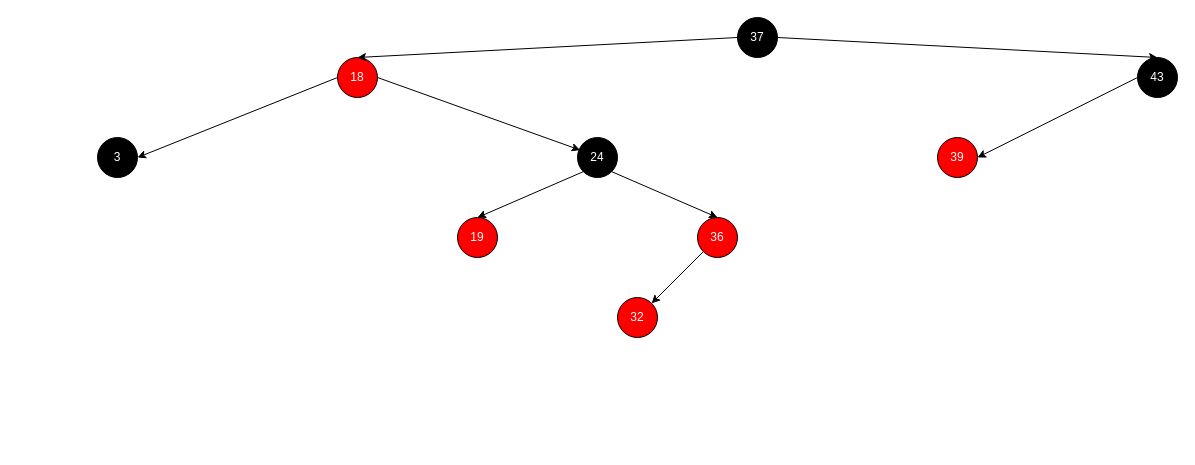
Earlier version of the draw.io diagram Untitled Diagram.drawio (semihhdemirel/semihhdemirel). Source tidied: cells renumbered, new cells numbered last; positions are measured from the earlier drawing's top-left corner, leaving out a move shared by most shapes. Both pictures are drawn from the tidied source at 100%, with x=0, y=0 at pixel (97, 17).
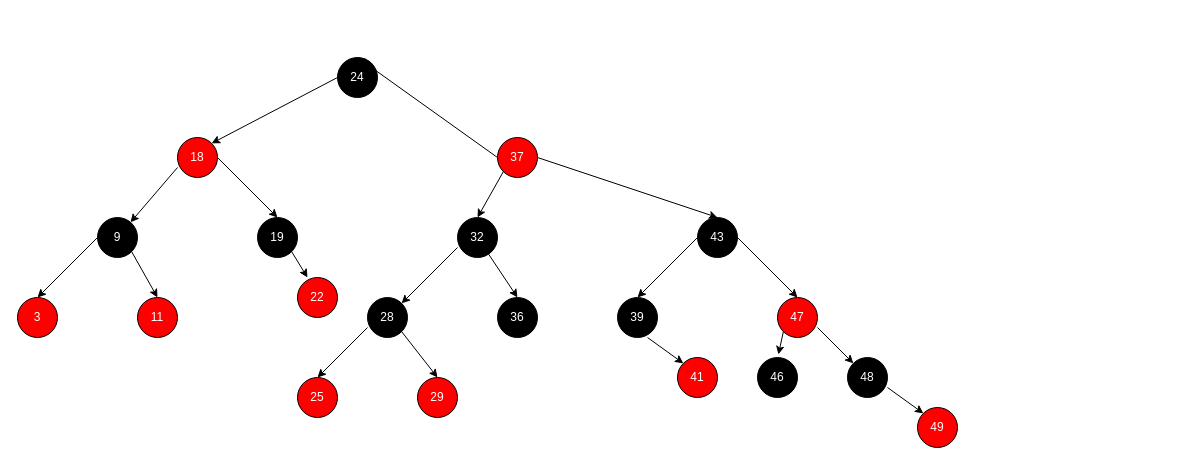
Above is the later version.

Diff of the diagram source:
```diff
@@
-    <mxCell id="2" value="&lt;font color=&quot;#ffffff&quot;&gt;37&lt;/font&gt;" style="ellipse;whiteSpace=wrap;html=1;fillColor=#000000;" parent="1" vertex="1">
-      <mxGeometry x="640" width="40" height="40" as="geometry" />
+    <mxCell id="2" value="&lt;font color=&quot;#ffffff&quot;&gt;37&lt;/font&gt;" style="ellipse;whiteSpace=wrap;html=1;fillColor=#FF0000;" parent="1" vertex="1">
+      <mxGeometry x="400" y="120" width="40" height="40" as="geometry" />
     </mxCell>
-    <mxCell id="3" value="&lt;font color=&quot;#ffffff&quot;&gt;18&lt;/font&gt;" style="ellipse;whiteSpace=wrap;html=1;fillColor=#FF0000;" parent="1" vertex="1">
+    <mxCell id="3" value="&lt;font color=&quot;#ffffff&quot;&gt;24&lt;/font&gt;" style="ellipse;whiteSpace=wrap;html=1;fillColor=#000000;" parent="1" vertex="1">
       <mxGeometry x="240" y="40" width="40" height="40" as="geometry" />
     </mxCell>
@@
     <mxCell id="5" value="&lt;font color=&quot;#ffffff&quot;&gt;43&lt;/font&gt;" style="ellipse;whiteSpace=wrap;html=1;fillColor=#000000;" parent="1" vertex="1">
-      <mxGeometry x="1040" y="40" width="40" height="40" as="geometry" />
+      <mxGeometry x="600" y="200" width="40" height="40" as="geometry" />
     </mxCell>
     <mxCell id="6" style="endArrow=classic;html=1;rounded=0;entryX=0.5;entryY=0;entryDx=0;entryDy=0;" parent="1" edge="1" target="5">
       <mxGeometry relative="1" as="geometry">
-        <mxPoint x="680" y="20" as="sourcePoint" />
+        <mxPoint x="440" y="140" as="sourcePoint" />
       </mxGeometry>
     </mxCell>
-    <mxCell id="7" value="&lt;font color=&quot;#ffffff&quot;&gt;24&lt;/font&gt;" style="ellipse;whiteSpace=wrap;html=1;fillColor=#000000;" parent="1" vertex="1">
-      <mxGeometry x="480" y="120" width="40" height="40" as="geometry" />
-    </mxCell>
-    <mxCell id="8" style="endArrow=classic;html=1;rounded=0;entryX=0.067;entryY=0.315;entryDx=0;entryDy=0;entryPerimeter=0;" parent="1" edge="1" target="7">
-      <mxGeometry relative="1" as="geometry">
-        <mxPoint x="280" y="60" as="sourcePoint" />
-      </mxGeometry>
-    </mxCell>
-    <mxCell id="9" value="&lt;font color=&quot;#ffffff&quot;&gt;3&lt;/font&gt;" style="ellipse;whiteSpace=wrap;html=1;fillColor=#000000;" parent="1" vertex="1">
-      <mxGeometry y="120" width="40" height="40" as="geometry" />
+    <mxCell id="9" value="&lt;font color=&quot;#ffffff&quot;&gt;18&lt;/font&gt;" style="ellipse;whiteSpace=wrap;html=1;fillColor=#FF0000;" parent="1" vertex="1">
+      <mxGeometry x="80" y="120" width="40" height="40" as="geometry" />
     </mxCell>
-    <mxCell id="10" style="endArrow=classic;html=1;rounded=0;entryX=1;entryY=0.5;entryDx=0;entryDy=0;" parent="1" edge="1" target="9">
+    <mxCell id="10" style="endArrow=classic;html=1;rounded=0;entryX=1;entryY=0;entryDx=0;entryDy=0;" parent="1" edge="1" target="9">
       <mxGeometry relative="1" as="geometry">
         <mxPoint x="240" y="60" as="sourcePoint" />
       </mxGeometry>
     </mxCell>
-    <mxCell id="11" value="&lt;font color=&quot;#ffffff&quot;&gt;39&lt;/font&gt;" style="ellipse;whiteSpace=wrap;html=1;fillColor=#ff0000;" parent="1" vertex="1">
-      <mxGeometry x="840" y="120" width="40" height="40" as="geometry" />
+    <mxCell id="11" value="&lt;font color=&quot;#ffffff&quot;&gt;39&lt;/font&gt;" style="ellipse;whiteSpace=wrap;html=1;fillColor=#000000;" parent="1" vertex="1">
+      <mxGeometry x="520" y="280" width="40" height="40" as="geometry" />
     </mxCell>
-    <mxCell id="12" style="endArrow=classic;html=1;rounded=0;entryX=1;entryY=0.5;entryDx=0;entryDy=0;exitX=0;exitY=0.5;exitDx=0;exitDy=0;" parent="1" edge="1" source="5" target="11">
+    <mxCell id="12" style="endArrow=classic;html=1;rounded=0;entryX=0.5;entryY=0;entryDx=0;entryDy=0;exitX=0;exitY=0.5;exitDx=0;exitDy=0;" parent="1" edge="1" source="5" target="11">
       <mxGeometry relative="1" as="geometry" />
     </mxCell>
-    <mxCell id="13" value="&lt;font color=&quot;#ffffff&quot;&gt;36&lt;/font&gt;" style="ellipse;whiteSpace=wrap;html=1;fillColor=#ff0000;" parent="1" vertex="1">
-      <mxGeometry x="600" y="200" width="40" height="40" as="geometry" />
+    <mxCell id="13" value="&lt;font color=&quot;#ffffff&quot;&gt;32&lt;/font&gt;" style="ellipse;whiteSpace=wrap;html=1;fillColor=#000000;" parent="1" vertex="1">
+      <mxGeometry x="360" y="200" width="40" height="40" as="geometry" />
     </mxCell>
-    <mxCell id="14" style="endArrow=classic;html=1;rounded=0;entryX=0.5;entryY=0;entryDx=0;entryDy=0;exitX=1;exitY=1;exitDx=0;exitDy=0;" parent="1" edge="1" source="7" target="13">
-      <mxGeometry relative="1" as="geometry" />
-    </mxCell>
-    <mxCell id="15" value="&lt;font color=&quot;#ffffff&quot;&gt;19&lt;/font&gt;" style="ellipse;whiteSpace=wrap;html=1;fillColor=#ff0000;" parent="1" vertex="1">
-      <mxGeometry x="360" y="200" width="40" height="40" as="geometry" />
+    <mxCell id="15" value="&lt;font color=&quot;#ffffff&quot;&gt;19&lt;/font&gt;" style="ellipse;whiteSpace=wrap;html=1;fillColor=#000000;" parent="1" vertex="1">
+      <mxGeometry x="160" y="200" width="40" height="40" as="geometry" />
     </mxCell>
-    <mxCell id="16" style="endArrow=classic;html=1;rounded=0;entryX=0.5;entryY=0;entryDx=0;entryDy=0;exitX=0;exitY=1;exitDx=0;exitDy=0;" parent="1" edge="1" source="7" target="15">
-      <mxGeometry relative="1" as="geometry" />
-    </mxCell>
-    <mxCell id="17" value="&lt;font color=&quot;#ffffff&quot;&gt;32&lt;/font&gt;" style="ellipse;whiteSpace=wrap;html=1;fillColor=#ff0000;" parent="1" vertex="1">
-      <mxGeometry x="520" y="280" width="40" height="40" as="geometry" />
+    <mxCell id="17" value="&lt;font color=&quot;#ffffff&quot;&gt;36&lt;/font&gt;" style="ellipse;whiteSpace=wrap;html=1;fillColor=#000000;" parent="1" vertex="1">
+      <mxGeometry x="400" y="280" width="40" height="40" as="geometry" />
     </mxCell>
-    <mxCell id="18" style="endArrow=classic;html=1;rounded=0;entryX=1;entryY=0;entryDx=0;entryDy=0;" parent="1" edge="1" source="13" target="17">
+    <mxCell id="18" style="endArrow=classic;html=1;rounded=0;entryX=0.5;entryY=0;entryDx=0;entryDy=0;" parent="1" edge="1" source="13" target="17">
       <mxGeometry relative="1" as="geometry" />
     </mxCell>
+    <mxCell id="19" value="&lt;font color=&quot;#ffffff&quot;&gt;3&lt;/font&gt;" style="ellipse;whiteSpace=wrap;html=1;fillColor=#FF0000;" parent="1" vertex="1">
+      <mxGeometry x="-80" y="280" width="40" height="40" as="geometry" />
+    </mxCell>
+    <mxCell id="20" style="endArrow=classic;html=1;rounded=0;exitX=1;exitY=0.5;exitDx=0;exitDy=0;entryX=0.5;entryY=0;entryDx=0;entryDy=0;" parent="1" edge="1" source="9" target="15">
+      <mxGeometry relative="1" as="geometry" />
+    </mxCell>
+    <mxCell id="21" style="endArrow=classic;html=1;rounded=0;exitX=0;exitY=1;exitDx=0;exitDy=0;entryX=0.5;entryY=0;entryDx=0;entryDy=0;" parent="1" edge="1" source="2" target="13">
+      <mxGeometry relative="1" as="geometry" />
+    </mxCell>
+    <mxCell id="22" style="endArrow=classic;html=1;rounded=0;entryX=1;entryY=0;entryDx=0;entryDy=0;" parent="1" edge="1">
+      <mxGeometry relative="1" as="geometry">
+        <mxPoint x="360" y="230" as="sourcePoint" />
+        <mxPoint x="304.1" y="285.9" as="targetPoint" />
+      </mxGeometry>
+    </mxCell>
+    <mxCell id="23" value="&lt;font color=&quot;#ffffff&quot;&gt;47&lt;/font&gt;" style="ellipse;whiteSpace=wrap;html=1;fillColor=#FF0000;" parent="1" vertex="1">
+      <mxGeometry x="680" y="280" width="40" height="40" as="geometry" />
+    </mxCell>
+    <mxCell id="24" style="endArrow=classic;html=1;rounded=0;entryX=0.5;entryY=0;entryDx=0;entryDy=0;" parent="1" edge="1" target="23">
+      <mxGeometry relative="1" as="geometry">
+        <mxPoint x="640" y="220" as="sourcePoint" />
+      </mxGeometry>
+    </mxCell>
+    <mxCell id="25" value="&lt;font color=&quot;#ffffff&quot;&gt;9&lt;/font&gt;" style="ellipse;whiteSpace=wrap;html=1;fillColor=#000000;" parent="1" vertex="1">
+      <mxGeometry y="200" width="40" height="40" as="geometry" />
+    </mxCell>
+    <mxCell id="26" value="&lt;font color=&quot;#ffffff&quot;&gt;11&lt;/font&gt;" style="ellipse;whiteSpace=wrap;html=1;fillColor=#FF0000;" parent="1" vertex="1">
+      <mxGeometry x="40" y="280" width="40" height="40" as="geometry" />
+    </mxCell>
+    <mxCell id="27" style="endArrow=classic;html=1;rounded=0;" parent="1" edge="1" target="25">
+      <mxGeometry relative="1" as="geometry">
+        <mxPoint x="80" y="150" as="sourcePoint" />
+      </mxGeometry>
+    </mxCell>
+    <mxCell id="28" style="endArrow=classic;html=1;rounded=0;exitX=1;exitY=1;exitDx=0;exitDy=0;entryX=0.5;entryY=0;entryDx=0;entryDy=0;" parent="1" edge="1" source="25" target="26">
+      <mxGeometry relative="1" as="geometry" />
+    </mxCell>
+    <mxCell id="29" style="endArrow=classic;html=1;rounded=0;exitX=0;exitY=0.5;exitDx=0;exitDy=0;entryX=0.5;entryY=0;entryDx=0;entryDy=0;" parent="1" edge="1" source="25" target="19">
+      <mxGeometry relative="1" as="geometry" />
+    </mxCell>
+    <mxCell id="30" value="&lt;font color=&quot;#ffffff&quot;&gt;22&lt;/font&gt;" style="ellipse;whiteSpace=wrap;html=1;fillColor=#ff0000;" parent="1" vertex="1">
+      <mxGeometry x="200" y="260" width="40" height="40" as="geometry" />
+    </mxCell>
+    <mxCell id="31" style="endArrow=classic;html=1;rounded=0;exitX=1;exitY=1;exitDx=0;exitDy=0;entryX=0.25;entryY=0;entryDx=0;entryDy=0;entryPerimeter=0;" parent="1" edge="1" source="15" target="30">
+      <mxGeometry relative="1" as="geometry" />
+    </mxCell>
+    <mxCell id="32" value="&lt;font color=&quot;#ffffff&quot;&gt;29&lt;/font&gt;" style="ellipse;whiteSpace=wrap;html=1;fillColor=#ff0000;" parent="1" vertex="1">
+      <mxGeometry x="320" y="360" width="40" height="40" as="geometry" />
+    </mxCell>
+    <mxCell id="33" value="&lt;font color=&quot;#ffffff&quot;&gt;25&lt;/font&gt;" style="ellipse;whiteSpace=wrap;html=1;fillColor=#FF0000;" parent="1" vertex="1">
+      <mxGeometry x="200" y="360" width="40" height="40" as="geometry" />
+    </mxCell>
+    <mxCell id="34" value="&lt;font color=&quot;#ffffff&quot;&gt;28&lt;/font&gt;" style="ellipse;whiteSpace=wrap;html=1;fillColor=#000000;" parent="1" vertex="1">
+      <mxGeometry x="270" y="280" width="40" height="40" as="geometry" />
+    </mxCell>
+    <mxCell id="35" style="endArrow=classic;html=1;rounded=0;exitX=1;exitY=1;exitDx=0;exitDy=0;entryX=0.5;entryY=0;entryDx=0;entryDy=0;" parent="1" edge="1" source="34" target="32">
+      <mxGeometry relative="1" as="geometry" />
+    </mxCell>
+    <mxCell id="36" style="endArrow=classic;html=1;rounded=0;entryX=0.5;entryY=0;entryDx=0;entryDy=0;" parent="1" edge="1" target="33">
+      <mxGeometry relative="1" as="geometry">
+        <mxPoint x="270" y="310" as="sourcePoint" />
+      </mxGeometry>
+    </mxCell>
+    <mxCell id="37" value="&lt;font color=&quot;#ffffff&quot;&gt;41&lt;/font&gt;" style="ellipse;whiteSpace=wrap;html=1;fillColor=#ff0000;" parent="1" vertex="1">
+      <mxGeometry x="580" y="340" width="40" height="40" as="geometry" />
+    </mxCell>
+    <mxCell id="38" style="endArrow=classic;html=1;rounded=0;entryX=0;entryY=0;entryDx=0;entryDy=0;" parent="1" edge="1" target="37">
+      <mxGeometry relative="1" as="geometry">
+        <mxPoint x="550" y="320" as="sourcePoint" />
+      </mxGeometry>
+    </mxCell>
+    <mxCell id="39" value="&lt;font color=&quot;#ffffff&quot;&gt;48&lt;/font&gt;" style="ellipse;whiteSpace=wrap;html=1;fillColor=#000000;" parent="1" vertex="1">
+      <mxGeometry x="750" y="340" width="40" height="40" as="geometry" />
+    </mxCell>
+    <mxCell id="40" style="endArrow=classic;html=1;rounded=0;entryX=0;entryY=0;entryDx=0;entryDy=0;" parent="1" edge="1" target="39">
+      <mxGeometry relative="1" as="geometry">
+        <mxPoint x="720" y="310" as="sourcePoint" />
+      </mxGeometry>
+    </mxCell>
+    <mxCell id="41" value="&lt;font color=&quot;#ffffff&quot;&gt;46&lt;/font&gt;" style="ellipse;whiteSpace=wrap;html=1;fillColor=#000000;" parent="1" vertex="1">
+      <mxGeometry x="660" y="340" width="40" height="40" as="geometry" />
+    </mxCell>
+    <mxCell id="42" style="endArrow=classic;html=1;rounded=0;exitX=0;exitY=1;exitDx=0;exitDy=0;entryX=0.523;entryY=-0.076;entryDx=0;entryDy=0;entryPerimeter=0;" parent="1" edge="1" source="23" target="41">
+      <mxGeometry relative="1" as="geometry" />
+    </mxCell>
+    <mxCell id="43" value="&lt;font color=&quot;#ffffff&quot;&gt;49&lt;/font&gt;" style="ellipse;whiteSpace=wrap;html=1;fillColor=#ff0000;" parent="1" vertex="1">
+      <mxGeometry x="820" y="390" width="40" height="40" as="geometry" />
+    </mxCell>
+    <mxCell id="44" style="endArrow=classic;html=1;rounded=0;entryX=0;entryY=0;entryDx=0;entryDy=0;" parent="1" edge="1" target="43">
+      <mxGeometry relative="1" as="geometry">
+        <mxPoint x="790" y="370" as="sourcePoint" />
+      </mxGeometry>
+    </mxCell>
```
